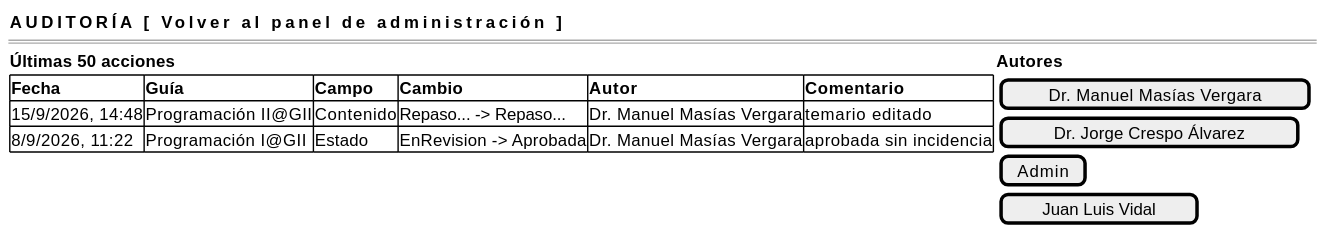
Before: images/RUP/01-requisitos/03-detalle-casos-uso/consultarHistorialCambios/wireframe.svg, a diagram exported from PlantUML (mmasias/pyCeldaPublico). The source it was exported from:
```plantuml
@startsalt consultarHistorialCambios-wireframe
{
    { <b>AUDITORÍA                                    [ Volver al panel de administración ] }
    ====
    {
    <b>Últimas 50 acciones | <b>Autores
    {#
        <b>Fecha | <b>Guía | <b>Campo | <b>Cambio | <b>Autor | <b>Comentario
        15/9/2026, 14:48 | Programación II@GII | Contenido | Repaso... -> Repaso... | Dr. Manuel Masías Vergara | temario editado
        8/9/2026, 11:22 | Programación I@GII | Estado | EnRevision -> Aprobada | Dr. Manuel Masías Vergara | aprobada sin incidencia
    } | {
        [ Dr. Manuel Masías Vergara ]
        [ Dr. Jorge Crespo Álvarez ]
        [ Admin ]
        [ Juan Luis Vidal ]
    }
    }
}
@endsalt
```
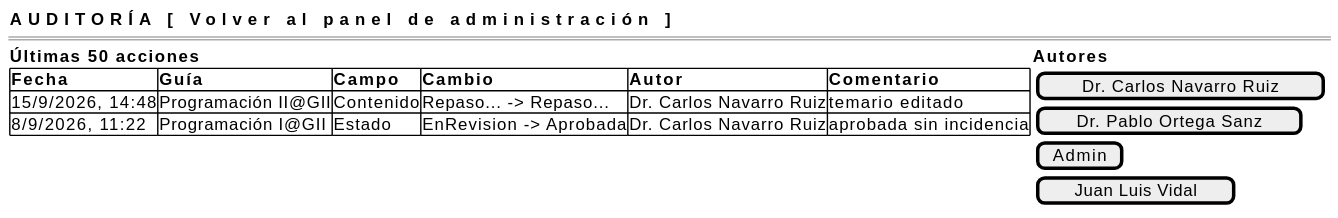
After the commit.

Change to the diagram source:
```diff
@@ -6,11 +6,11 @@
     <b>Últimas 50 acciones | <b>Autores
     {#
         <b>Fecha | <b>Guía | <b>Campo | <b>Cambio | <b>Autor | <b>Comentario
-        15/9/2026, 14:48 | Programación II@GII | Contenido | Repaso... -> Repaso... | Dr. Manuel Masías Vergara | temario editado
-        8/9/2026, 11:22 | Programación I@GII | Estado | EnRevision -> Aprobada | Dr. Manuel Masías Vergara | aprobada sin incidencia
+        15/9/2026, 14:48 | Programación II@GII | Contenido | Repaso... -> Repaso... | Dr. Carlos Navarro Ruiz | temario editado
+        8/9/2026, 11:22 | Programación I@GII | Estado | EnRevision -> Aprobada | Dr. Carlos Navarro Ruiz | aprobada sin incidencia
     } | {
-        [ Dr. Manuel Masías Vergara ]
-        [ Dr. Jorge Crespo Álvarez ]
+        [ Dr. Carlos Navarro Ruiz ]
+        [ Dr. Pablo Ortega Sanz ]
         [ Admin ]
         [ Juan Luis Vidal ]
     }
```
